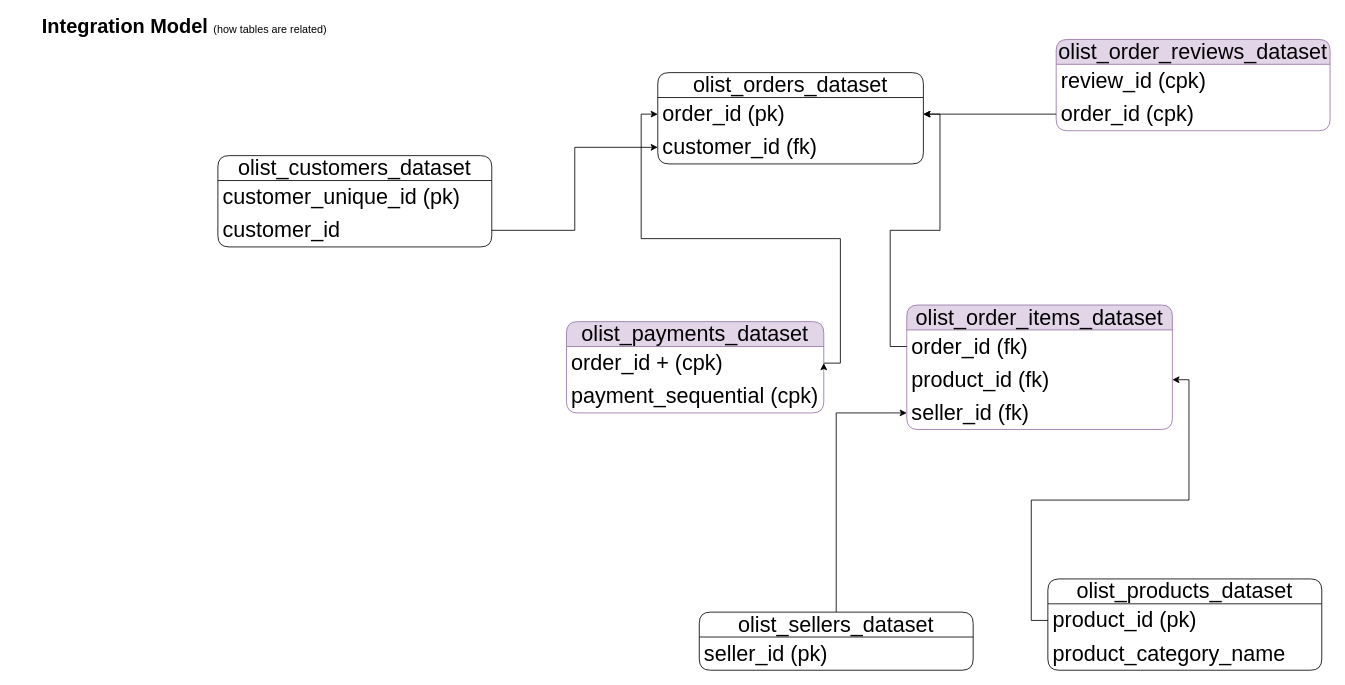
crisn2blink/Brazilian-E-Commerce-Data-Modeling-Project keeps this draw.io diagram as documents/integration_diagram_brazilian.drawio. Above is the earlier version. Source tidied: cells renumbered, new cells numbered last; positions are measured from the earlier drawing's top-left corner, leaving out a move shared by most shapes. Both pictures are drawn from the tidied source at 83%, with x=0, y=0 at pixel (14, 14).
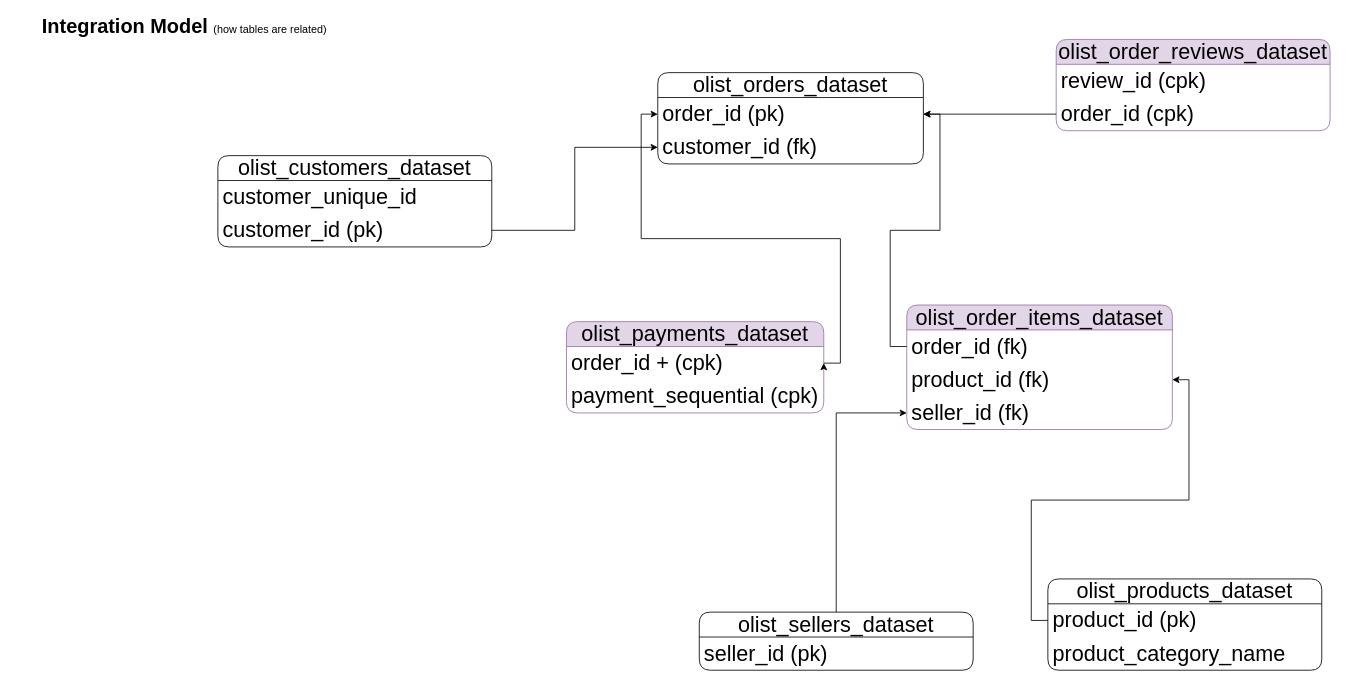
After the change.

Unchanged cells that the change refers to:
```xml
<mxCell id="7" value="olist_customers_dataset" style="swimlane;fontStyle=0;horizontal=1;startSize=30;whiteSpace=wrap;html=1;rounded=1;fontSize=26;" parent="1" vertex="1">
  <mxGeometry x="245" y="170" width="330" height="110" as="geometry" />
</mxCell>
```

Change to the diagram source:
```diff
@@
-    <mxCell id="8" value="customer_unique_id (pk)" style="text;strokeColor=none;fillColor=none;align=left;verticalAlign=middle;spacingLeft=4;spacingRight=4;overflow=hidden;whiteSpace=wrap;html=1;fontSize=26;" parent="7" vertex="1">
+    <mxCell id="8" value="customer_unique_id" style="text;strokeColor=none;fillColor=none;align=left;verticalAlign=middle;spacingLeft=4;spacingRight=4;overflow=hidden;whiteSpace=wrap;html=1;fontSize=26;" parent="7" vertex="1">
       <mxGeometry y="30" width="330" height="40" as="geometry" />
     </mxCell>
-    <mxCell id="9" value="customer_id" style="text;strokeColor=none;fillColor=none;align=left;verticalAlign=middle;spacingLeft=4;spacingRight=4;overflow=hidden;points=[[0,0.5],[1,0.5]];portConstraint=eastwest;whiteSpace=wrap;html=1;fontSize=26;" parent="7" vertex="1">
+    <mxCell id="9" value="customer_id (pk)" style="text;strokeColor=none;fillColor=none;align=left;verticalAlign=middle;spacingLeft=4;spacingRight=4;overflow=hidden;points=[[0,0.5],[1,0.5]];portConstraint=eastwest;whiteSpace=wrap;html=1;fontSize=26;" parent="7" vertex="1">
       <mxGeometry y="70" width="330" height="40" as="geometry" />
     </mxCell>
```
